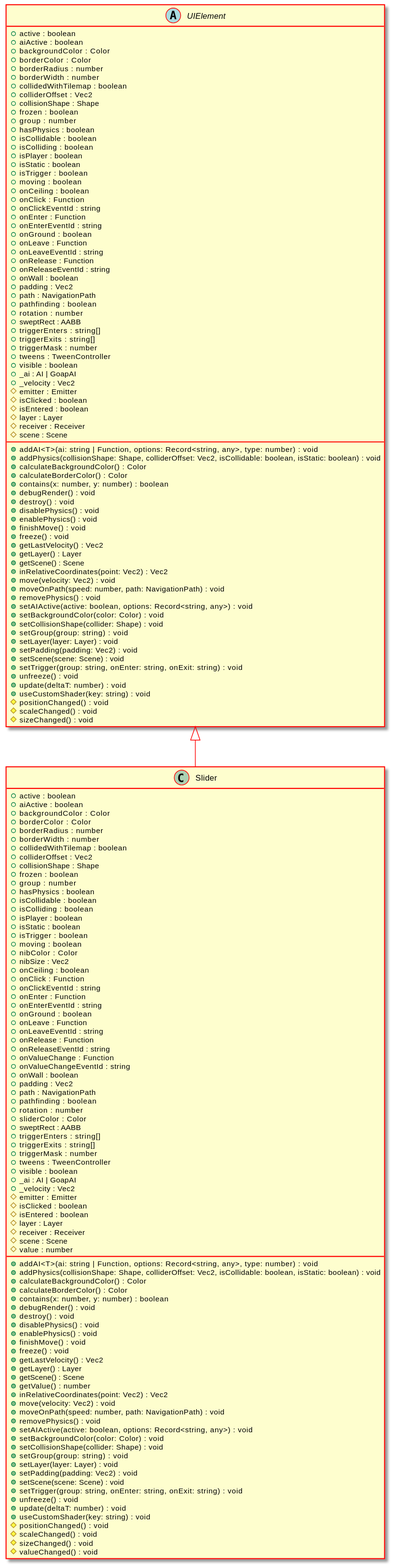
Earlier version of the PlantUML export docs/api/assets/Slider-umlClassDiagram-4641.svg (Test123938/Test2).
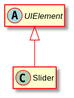
The same file after the commit.

Diff of the diagram source:
```diff
@@ -5,174 +5,8 @@
 hide empty methods
 hide empty fields
 class "Slider" {
-    +active : boolean
-    +aiActive : boolean
-    +backgroundColor : Color
-    +borderColor : Color
-    +borderRadius : number
-    +borderWidth : number
-    +collidedWithTilemap : boolean
-    +colliderOffset : Vec2
-    +collisionShape : Shape
-    +frozen : boolean
-    +group : number
-    +hasPhysics : boolean
-    +isCollidable : boolean
-    +isColliding : boolean
-    +isPlayer : boolean
-    +isStatic : boolean
-    +isTrigger : boolean
-    +moving : boolean
-    +nibColor : Color
-    +nibSize : Vec2
-    +onCeiling : boolean
-    +onClick : Function
-    +onClickEventId : string
-    +onEnter : Function
-    +onEnterEventId : string
-    +onGround : boolean
-    +onLeave : Function
-    +onLeaveEventId : string
-    +onRelease : Function
-    +onReleaseEventId : string
-    +onValueChange : Function
-    +onValueChangeEventId : string
-    +onWall : boolean
-    +padding : Vec2
-    +path : NavigationPath
-    +pathfinding : boolean
-    +rotation : number
-    +sliderColor : Color
-    +sweptRect : AABB
-    +triggerEnters : string[]
-    +triggerExits : string[]
-    +triggerMask : number
-    +tweens : TweenController
-    +visible : boolean
-    +_ai : AI | GoapAI
-    +_velocity : Vec2
-    #emitter : Emitter
-    #isClicked : boolean
-    #isEntered : boolean
-    #layer : Layer
-    #receiver : Receiver
-    #scene : Scene
-    #value : number
-    +addAI<T>(ai: string | Function, options: Record<string, any>, type: number) : void
-    +addPhysics(collisionShape: Shape, colliderOffset: Vec2, isCollidable: boolean, isStatic: boolean) : void
-    +calculateBackgroundColor() : Color
-    +calculateBorderColor() : Color
-    +contains(x: number, y: number) : boolean
-    +debugRender() : void
-    +destroy() : void
-    +disablePhysics() : void
-    +enablePhysics() : void
-    +finishMove() : void
-    +freeze() : void
-    +getLastVelocity() : Vec2
-    +getLayer() : Layer
-    +getScene() : Scene
-    +getValue() : number
-    +inRelativeCoordinates(point: Vec2) : Vec2
-    +move(velocity: Vec2) : void
-    +moveOnPath(speed: number, path: NavigationPath) : void
-    +removePhysics() : void
-    +setAIActive(active: boolean, options: Record<string, any>) : void
-    +setBackgroundColor(color: Color) : void
-    +setCollisionShape(collider: Shape) : void
-    +setGroup(group: string) : void
-    +setLayer(layer: Layer) : void
-    +setPadding(padding: Vec2) : void
-    +setScene(scene: Scene) : void
-    +setTrigger(group: string, onEnter: string, onExit: string) : void
-    +unfreeze() : void
-    +update(deltaT: number) : void
-    +useCustomShader(key: string) : void
-    #positionChanged() : void
-    #scaleChanged() : void
-    #sizeChanged() : void
-    #valueChanged() : void
 }
 abstract class "UIElement" {
-    +active : boolean
-    +aiActive : boolean
-    +backgroundColor : Color
-    +borderColor : Color
-    +borderRadius : number
-    +borderWidth : number
-    +collidedWithTilemap : boolean
-    +colliderOffset : Vec2
-    +collisionShape : Shape
-    +frozen : boolean
-    +group : number
-    +hasPhysics : boolean
-    +isCollidable : boolean
-    +isColliding : boolean
-    +isPlayer : boolean
-    +isStatic : boolean
-    +isTrigger : boolean
-    +moving : boolean
-    +onCeiling : boolean
-    +onClick : Function
-    +onClickEventId : string
-    +onEnter : Function
-    +onEnterEventId : string
-    +onGround : boolean
-    +onLeave : Function
-    +onLeaveEventId : string
-    +onRelease : Function
-    +onReleaseEventId : string
-    +onWall : boolean
-    +padding : Vec2
-    +path : NavigationPath
-    +pathfinding : boolean
-    +rotation : number
-    +sweptRect : AABB
-    +triggerEnters : string[]
-    +triggerExits : string[]
-    +triggerMask : number
-    +tweens : TweenController
-    +visible : boolean
-    +_ai : AI | GoapAI
-    +_velocity : Vec2
-    #emitter : Emitter
-    #isClicked : boolean
-    #isEntered : boolean
-    #layer : Layer
-    #receiver : Receiver
-    #scene : Scene
-    +addAI<T>(ai: string | Function, options: Record<string, any>, type: number) : void
-    +addPhysics(collisionShape: Shape, colliderOffset: Vec2, isCollidable: boolean, isStatic: boolean) : void
-    +calculateBackgroundColor() : Color
-    +calculateBorderColor() : Color
-    +contains(x: number, y: number) : boolean
-    +debugRender() : void
-    +destroy() : void
-    +disablePhysics() : void
-    +enablePhysics() : void
-    +finishMove() : void
-    +freeze() : void
-    +getLastVelocity() : Vec2
-    +getLayer() : Layer
-    +getScene() : Scene
-    +inRelativeCoordinates(point: Vec2) : Vec2
-    +move(velocity: Vec2) : void
-    +moveOnPath(speed: number, path: NavigationPath) : void
-    +removePhysics() : void
-    +setAIActive(active: boolean, options: Record<string, any>) : void
-    +setBackgroundColor(color: Color) : void
-    +setCollisionShape(collider: Shape) : void
-    +setGroup(group: string) : void
-    +setLayer(layer: Layer) : void
-    +setPadding(padding: Vec2) : void
-    +setScene(scene: Scene) : void
-    +setTrigger(group: string, onEnter: string, onExit: string) : void
-    +unfreeze() : void
-    +update(deltaT: number) : void
-    +useCustomShader(key: string) : void
-    #positionChanged() : void
-    #scaleChanged() : void
-    #sizeChanged() : void
 }
 "UIElement" <|-- "Slider"
 @enduml
```
